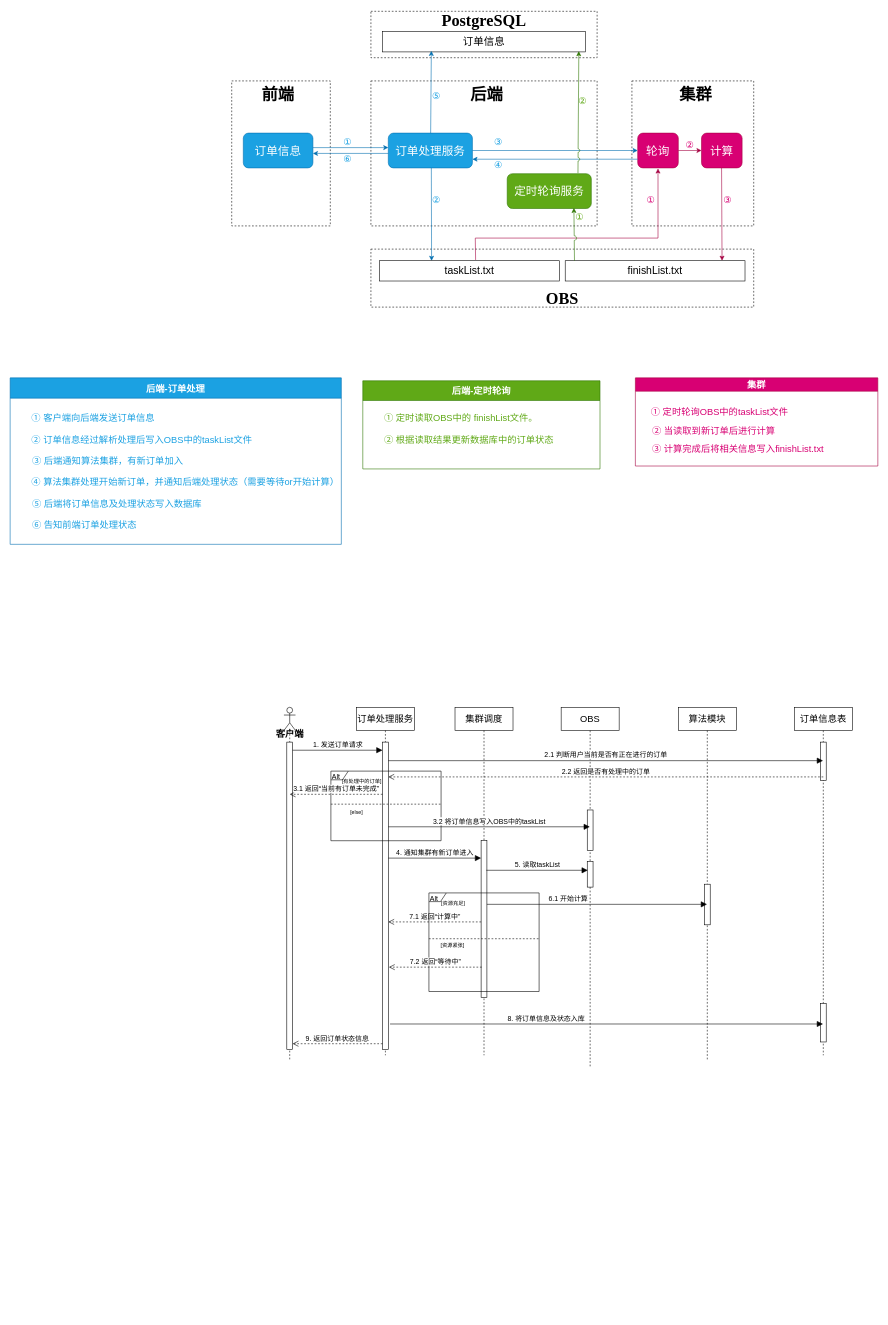
Earlier version of the draw.io diagram 未命名绘图.drawio (wjbgis/wjbgis). Source tidied: cells renumbered, new cells numbered last; positions are measured from the earlier drawing's top-left corner, leaving out a move shared by most shapes. Both pictures are drawn from the tidied source at 58%, with x=0, y=0 at pixel (10, 11).
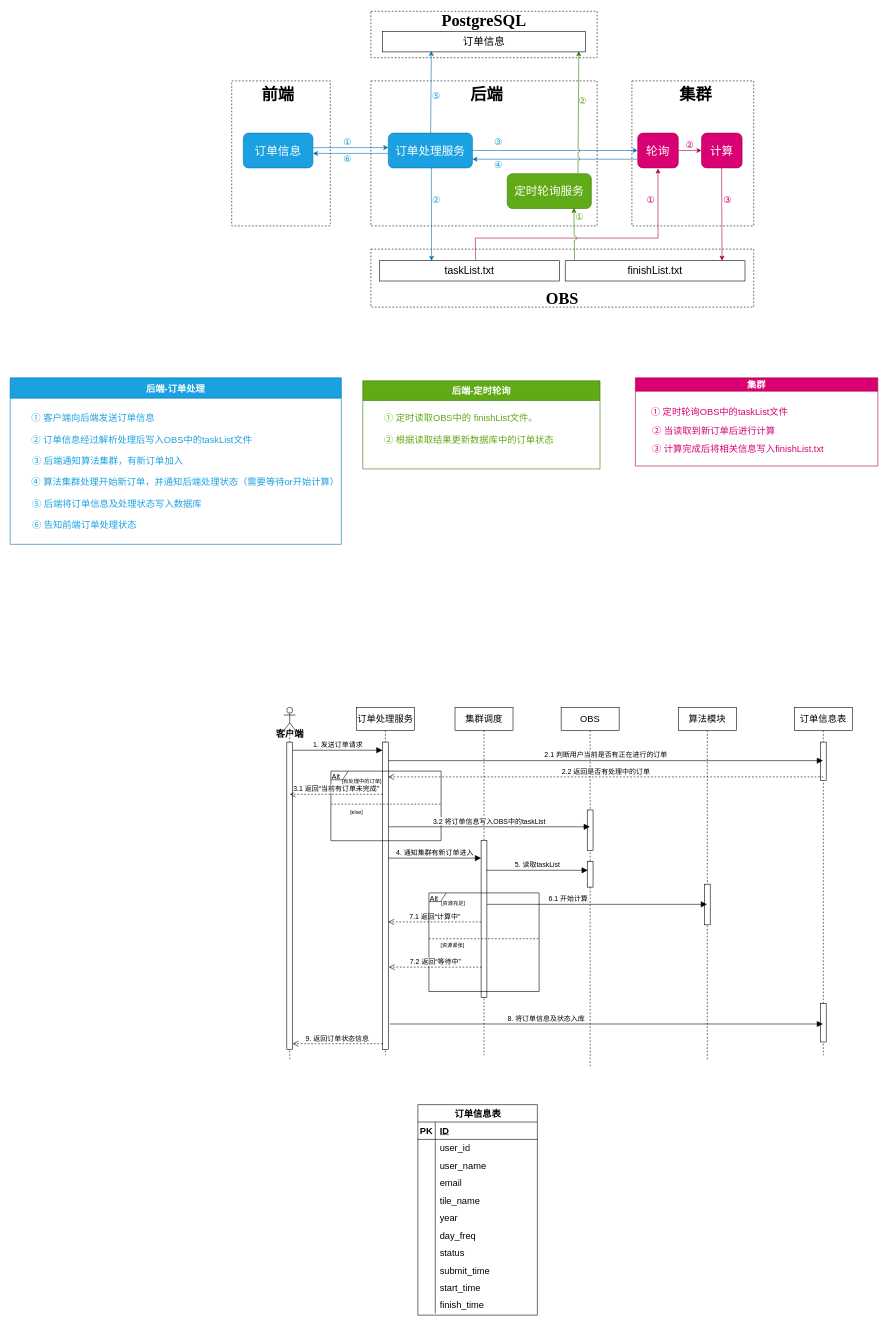
After the change.

Commit message:
更新未命名绘图.drawio

The edit, as a diff of the source:
```diff
@@
+    <mxCell id="91" value="订单信息表" style="shape=table;startSize=30;childLayout=tableLayout;rowLines=0;fontStyle=1;align=center;html=1;fontSize=16;" parent="1" vertex="1">
+      <mxGeometry x="703" y="1885" width="206" height="363" as="geometry" />
+    </mxCell>
+    <mxCell id="92" style="shape=tableRow;horizontal=0;startSize=0;swimlaneHead=0;swimlaneBody=0;fillColor=none;top=0;left=0;right=0;bottom=1;fontSize=16;" parent="91" vertex="1">
+      <mxGeometry y="30" width="206" height="30" as="geometry" />
+    </mxCell>
+    <mxCell id="93" value="PK" style="shape=partialRectangle;fillColor=none;top=0;left=0;bottom=0;right=0;fontStyle=1;overflow=hidden;whiteSpace=wrap;html=1;fontSize=16;" parent="92" vertex="1">
+      <mxGeometry width="30" height="30" as="geometry" />
+    </mxCell>
+    <mxCell id="94" value="ID" style="shape=partialRectangle;fillColor=none;top=0;left=0;bottom=0;right=0;align=left;spacingLeft=6;fontStyle=5;overflow=hidden;whiteSpace=wrap;html=1;fontSize=16;" parent="92" vertex="1">
+      <mxGeometry x="30" width="176" height="30" as="geometry" />
+    </mxCell>
+    <mxCell id="95" style="shape=tableRow;horizontal=0;startSize=0;swimlaneHead=0;swimlaneBody=0;fillColor=none;top=0;left=0;right=0;bottom=0;fontSize=16;" parent="91" vertex="1">
+      <mxGeometry y="60" width="206" height="30" as="geometry" />
+    </mxCell>
+    <mxCell id="96" style="shape=partialRectangle;fillColor=none;top=0;left=0;bottom=0;right=0;overflow=hidden;whiteSpace=wrap;html=1;fontSize=16;" parent="95" vertex="1">
+      <mxGeometry width="30" height="30" as="geometry" />
+    </mxCell>
+    <mxCell id="97" value="user_id" style="shape=partialRectangle;fillColor=none;top=0;left=0;bottom=0;right=0;align=left;spacingLeft=6;overflow=hidden;whiteSpace=wrap;html=1;fontSize=16;" parent="95" vertex="1">
+      <mxGeometry x="30" width="176" height="30" as="geometry" />
+    </mxCell>
+    <mxCell id="98" style="shape=tableRow;horizontal=0;startSize=0;swimlaneHead=0;swimlaneBody=0;fillColor=none;top=0;left=0;right=0;bottom=0;fontSize=16;" parent="91" vertex="1">
+      <mxGeometry y="90" width="206" height="30" as="geometry" />
+    </mxCell>
+    <mxCell id="99" style="shape=partialRectangle;fillColor=none;top=0;left=0;bottom=0;right=0;overflow=hidden;whiteSpace=wrap;html=1;fontSize=16;" parent="98" vertex="1">
+      <mxGeometry width="30" height="30" as="geometry" />
+    </mxCell>
+    <mxCell id="100" value="user_name" style="shape=partialRectangle;fillColor=none;top=0;left=0;bottom=0;right=0;align=left;spacingLeft=6;overflow=hidden;whiteSpace=wrap;html=1;fontSize=16;" parent="98" vertex="1">
+      <mxGeometry x="30" width="176" height="30" as="geometry" />
+    </mxCell>
+    <mxCell id="101" style="shape=tableRow;horizontal=0;startSize=0;swimlaneHead=0;swimlaneBody=0;fillColor=none;top=0;left=0;right=0;bottom=0;fontSize=16;" parent="91" vertex="1">
+      <mxGeometry y="120" width="206" height="30" as="geometry" />
+    </mxCell>
+    <mxCell id="102" style="shape=partialRectangle;fillColor=none;top=0;left=0;bottom=0;right=0;overflow=hidden;whiteSpace=wrap;html=1;fontSize=16;" parent="101" vertex="1">
+      <mxGeometry width="30" height="30" as="geometry" />
+    </mxCell>
+    <mxCell id="103" value="email" style="shape=partialRectangle;fillColor=none;top=0;left=0;bottom=0;right=0;align=left;spacingLeft=6;overflow=hidden;whiteSpace=wrap;html=1;fontSize=16;" parent="101" vertex="1">
+      <mxGeometry x="30" width="176" height="30" as="geometry" />
+    </mxCell>
+    <mxCell id="104" style="shape=tableRow;horizontal=0;startSize=0;swimlaneHead=0;swimlaneBody=0;fillColor=none;top=0;left=0;right=0;bottom=0;fontSize=16;" parent="91" vertex="1">
+      <mxGeometry y="150" width="206" height="30" as="geometry" />
+    </mxCell>
+    <mxCell id="105" style="shape=partialRectangle;fillColor=none;top=0;left=0;bottom=0;right=0;overflow=hidden;fontSize=16;" parent="104" vertex="1">
+      <mxGeometry width="30" height="30" as="geometry" />
+    </mxCell>
+    <mxCell id="106" value="tile_name" style="shape=partialRectangle;fillColor=none;top=0;left=0;bottom=0;right=0;align=left;spacingLeft=6;overflow=hidden;fontSize=16;" parent="104" vertex="1">
+      <mxGeometry x="30" width="176" height="30" as="geometry" />
+    </mxCell>
+    <mxCell id="107" style="shape=tableRow;horizontal=0;startSize=0;swimlaneHead=0;swimlaneBody=0;fillColor=none;top=0;left=0;right=0;bottom=0;fontSize=16;" parent="91" vertex="1">
+      <mxGeometry y="180" width="206" height="30" as="geometry" />
+    </mxCell>
+    <mxCell id="108" style="shape=partialRectangle;fillColor=none;top=0;left=0;bottom=0;right=0;overflow=hidden;fontSize=16;" parent="107" vertex="1">
+      <mxGeometry width="30" height="30" as="geometry" />
+    </mxCell>
+    <mxCell id="109" value="year" style="shape=partialRectangle;fillColor=none;top=0;left=0;bottom=0;right=0;align=left;spacingLeft=6;overflow=hidden;fontSize=16;" parent="107" vertex="1">
+      <mxGeometry x="30" width="176" height="30" as="geometry" />
+    </mxCell>
+    <mxCell id="110" style="shape=tableRow;horizontal=0;startSize=0;swimlaneHead=0;swimlaneBody=0;fillColor=none;top=0;left=0;right=0;bottom=0;fontSize=16;" parent="91" vertex="1">
+      <mxGeometry y="210" width="206" height="30" as="geometry" />
+    </mxCell>
+    <mxCell id="111" style="shape=partialRectangle;fillColor=none;top=0;left=0;bottom=0;right=0;overflow=hidden;fontSize=16;" parent="110" vertex="1">
+      <mxGeometry width="30" height="30" as="geometry" />
+    </mxCell>
+    <mxCell id="112" value="day_freq" style="shape=partialRectangle;fillColor=none;top=0;left=0;bottom=0;right=0;align=left;spacingLeft=6;overflow=hidden;fontSize=16;" parent="110" vertex="1">
+      <mxGeometry x="30" width="176" height="30" as="geometry" />
+    </mxCell>
+    <mxCell id="113" style="shape=tableRow;horizontal=0;startSize=0;swimlaneHead=0;swimlaneBody=0;fillColor=none;top=0;left=0;right=0;bottom=0;fontSize=16;" parent="91" vertex="1">
+      <mxGeometry y="240" width="206" height="30" as="geometry" />
+    </mxCell>
+    <mxCell id="114" style="shape=partialRectangle;fillColor=none;top=0;left=0;bottom=0;right=0;overflow=hidden;fontSize=16;" parent="113" vertex="1">
+      <mxGeometry width="30" height="30" as="geometry" />
+    </mxCell>
+    <mxCell id="115" value="status" style="shape=partialRectangle;fillColor=none;top=0;left=0;bottom=0;right=0;align=left;spacingLeft=6;overflow=hidden;fontSize=16;" parent="113" vertex="1">
+      <mxGeometry x="30" width="176" height="30" as="geometry" />
+    </mxCell>
+    <mxCell id="116" style="shape=tableRow;horizontal=0;startSize=0;swimlaneHead=0;swimlaneBody=0;fillColor=none;top=0;left=0;right=0;bottom=0;fontSize=16;" parent="91" vertex="1">
+      <mxGeometry y="270" width="206" height="30" as="geometry" />
+    </mxCell>
+    <mxCell id="117" style="shape=partialRectangle;fillColor=none;top=0;left=0;bottom=0;right=0;overflow=hidden;fontSize=16;" parent="116" vertex="1">
+      <mxGeometry width="30" height="30" as="geometry" />
+    </mxCell>
+    <mxCell id="118" value="submit_time" style="shape=partialRectangle;fillColor=none;top=0;left=0;bottom=0;right=0;align=left;spacingLeft=6;overflow=hidden;fontSize=16;" parent="116" vertex="1">
+      <mxGeometry x="30" width="176" height="30" as="geometry" />
+    </mxCell>
+    <mxCell id="119" style="shape=tableRow;horizontal=0;startSize=0;swimlaneHead=0;swimlaneBody=0;fillColor=none;top=0;left=0;right=0;bottom=0;fontSize=16;" parent="91" vertex="1">
+      <mxGeometry y="300" width="206" height="30" as="geometry" />
+    </mxCell>
+    <mxCell id="120" style="shape=partialRectangle;fillColor=none;top=0;left=0;bottom=0;right=0;overflow=hidden;fontSize=16;" parent="119" vertex="1">
+      <mxGeometry width="30" height="30" as="geometry" />
+    </mxCell>
+    <mxCell id="121" value="start_time" style="shape=partialRectangle;fillColor=none;top=0;left=0;bottom=0;right=0;align=left;spacingLeft=6;overflow=hidden;fontSize=16;" parent="119" vertex="1">
+      <mxGeometry x="30" width="176" height="30" as="geometry" />
+    </mxCell>
+    <mxCell id="122" style="shape=tableRow;horizontal=0;startSize=0;swimlaneHead=0;swimlaneBody=0;fillColor=none;top=0;left=0;right=0;bottom=0;fontSize=16;" parent="91" vertex="1">
+      <mxGeometry y="330" width="206" height="30" as="geometry" />
+    </mxCell>
+    <mxCell id="123" style="shape=partialRectangle;fillColor=none;top=0;left=0;bottom=0;right=0;overflow=hidden;fontSize=16;" parent="122" vertex="1">
+      <mxGeometry width="30" height="30" as="geometry" />
+    </mxCell>
+    <mxCell id="124" value="finish_time" style="shape=partialRectangle;fillColor=none;top=0;left=0;bottom=0;right=0;align=left;spacingLeft=6;overflow=hidden;fontSize=16;" parent="122" vertex="1">
+      <mxGeometry x="30" width="176" height="30" as="geometry" />
+    </mxCell>
+    <mxCell id="125" style="shape=partialRectangle;fillColor=none;top=0;left=0;bottom=0;right=0;overflow=hidden;whiteSpace=wrap;html=1;fontSize=16;" parent="1" vertex="1">
+      <mxGeometry x="673" y="2131" width="30" height="30" as="geometry" />
+    </mxCell>
```
